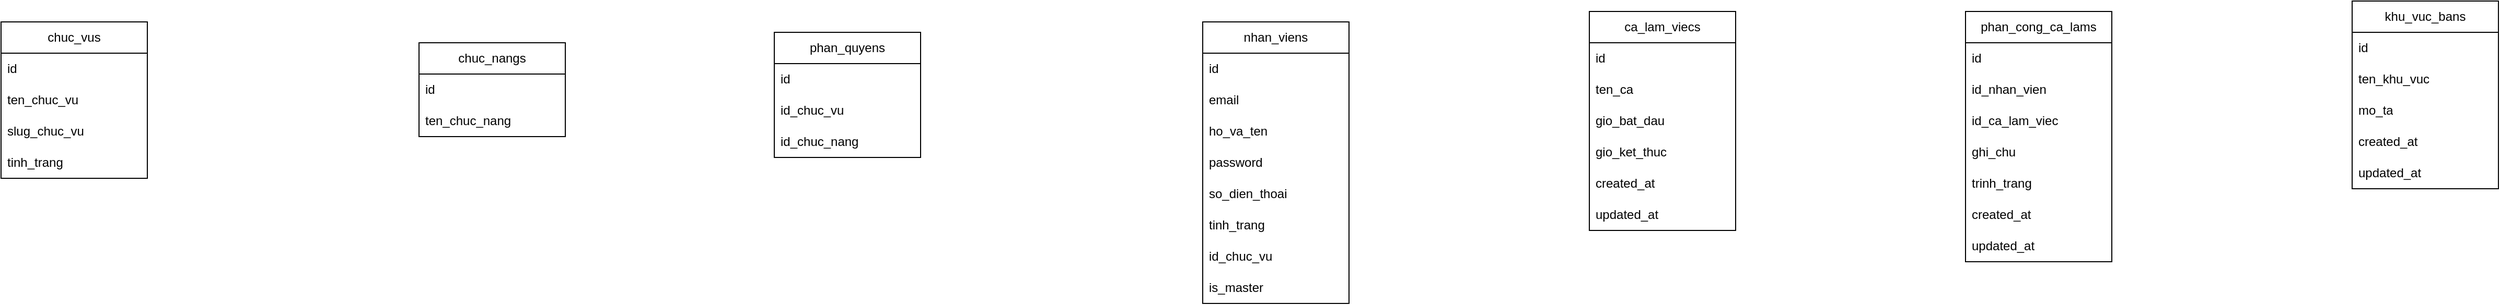
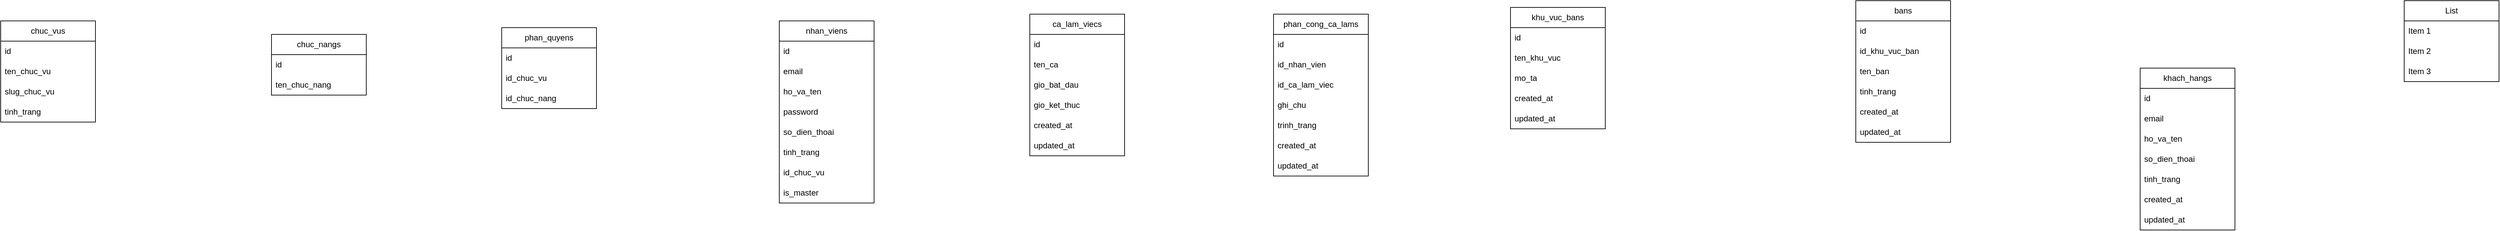
<mxfile host="app.diagrams.net">
  <diagram name="Page-1" id="78QUDde3ILmcNMK2hGyn">
    <mxGraphModel dx="1840" dy="1637" grid="1" gridSize="10" guides="1" tooltips="1" connect="1" arrows="1" fold="1" page="1" pageScale="1" pageWidth="850" pageHeight="1100" math="0" shadow="0">
      <root>
        <mxCell id="0" />
        <mxCell id="1" parent="0" />
        <mxCell id="1bbKcoBMxcC-bXyi0BTe-1" parent="1" style="swimlane;fontStyle=0;childLayout=stackLayout;horizontal=1;startSize=30;horizontalStack=0;resizeParent=1;resizeParentMax=0;resizeLast=0;collapsible=1;marginBottom=0;whiteSpace=wrap;html=1;" value="chuc_vus" vertex="1">
          <mxGeometry height="150" width="140" x="-280" y="-110" as="geometry" />
        </mxCell>
        <mxCell id="1bbKcoBMxcC-bXyi0BTe-2" parent="1bbKcoBMxcC-bXyi0BTe-1" style="text;strokeColor=none;fillColor=none;align=left;verticalAlign=middle;spacingLeft=4;spacingRight=4;overflow=hidden;points=[[0,0.5],[1,0.5]];portConstraint=eastwest;rotatable=0;whiteSpace=wrap;html=1;" value="id" vertex="1">
          <mxGeometry height="30" width="140" y="30" as="geometry" />
        </mxCell>
        <mxCell id="1bbKcoBMxcC-bXyi0BTe-3" parent="1bbKcoBMxcC-bXyi0BTe-1" style="text;strokeColor=none;fillColor=none;align=left;verticalAlign=middle;spacingLeft=4;spacingRight=4;overflow=hidden;points=[[0,0.5],[1,0.5]];portConstraint=eastwest;rotatable=0;whiteSpace=wrap;html=1;" value="ten_chuc_vu" vertex="1">
          <mxGeometry height="30" width="140" y="60" as="geometry" />
        </mxCell>
        <mxCell id="1bbKcoBMxcC-bXyi0BTe-4" parent="1bbKcoBMxcC-bXyi0BTe-1" style="text;strokeColor=none;fillColor=none;align=left;verticalAlign=middle;spacingLeft=4;spacingRight=4;overflow=hidden;points=[[0,0.5],[1,0.5]];portConstraint=eastwest;rotatable=0;whiteSpace=wrap;html=1;" value="slug_chuc_vu" vertex="1">
          <mxGeometry height="30" width="140" y="90" as="geometry" />
        </mxCell>
        <mxCell id="1bbKcoBMxcC-bXyi0BTe-5" parent="1bbKcoBMxcC-bXyi0BTe-1" style="text;strokeColor=none;fillColor=none;align=left;verticalAlign=middle;spacingLeft=4;spacingRight=4;overflow=hidden;points=[[0,0.5],[1,0.5]];portConstraint=eastwest;rotatable=0;whiteSpace=wrap;html=1;" value="tinh_trang" vertex="1">
          <mxGeometry height="30" width="140" y="120" as="geometry" />
        </mxCell>
        <mxCell id="1bbKcoBMxcC-bXyi0BTe-7" parent="1" style="swimlane;fontStyle=0;childLayout=stackLayout;horizontal=1;startSize=30;horizontalStack=0;resizeParent=1;resizeParentMax=0;resizeLast=0;collapsible=1;marginBottom=0;whiteSpace=wrap;html=1;" value="chuc_nangs" vertex="1">
          <mxGeometry height="90" width="140" x="120" y="-90" as="geometry" />
        </mxCell>
        <mxCell id="1bbKcoBMxcC-bXyi0BTe-8" parent="1bbKcoBMxcC-bXyi0BTe-7" style="text;strokeColor=none;fillColor=none;align=left;verticalAlign=middle;spacingLeft=4;spacingRight=4;overflow=hidden;points=[[0,0.5],[1,0.5]];portConstraint=eastwest;rotatable=0;whiteSpace=wrap;html=1;" value="id" vertex="1">
          <mxGeometry height="30" width="140" y="30" as="geometry" />
        </mxCell>
        <mxCell id="1bbKcoBMxcC-bXyi0BTe-9" parent="1bbKcoBMxcC-bXyi0BTe-7" style="text;strokeColor=none;fillColor=none;align=left;verticalAlign=middle;spacingLeft=4;spacingRight=4;overflow=hidden;points=[[0,0.5],[1,0.5]];portConstraint=eastwest;rotatable=0;whiteSpace=wrap;html=1;" value="ten_chuc_nang" vertex="1">
          <mxGeometry height="30" width="140" y="60" as="geometry" />
        </mxCell>
        <mxCell id="1bbKcoBMxcC-bXyi0BTe-11" parent="1" style="swimlane;fontStyle=0;childLayout=stackLayout;horizontal=1;startSize=30;horizontalStack=0;resizeParent=1;resizeParentMax=0;resizeLast=0;collapsible=1;marginBottom=0;whiteSpace=wrap;html=1;" value="phan_quyens" vertex="1">
          <mxGeometry height="120" width="140" x="460" y="-100" as="geometry" />
        </mxCell>
        <mxCell id="1bbKcoBMxcC-bXyi0BTe-12" parent="1bbKcoBMxcC-bXyi0BTe-11" style="text;strokeColor=none;fillColor=none;align=left;verticalAlign=middle;spacingLeft=4;spacingRight=4;overflow=hidden;points=[[0,0.5],[1,0.5]];portConstraint=eastwest;rotatable=0;whiteSpace=wrap;html=1;" value="id" vertex="1">
          <mxGeometry height="30" width="140" y="30" as="geometry" />
        </mxCell>
        <mxCell id="1bbKcoBMxcC-bXyi0BTe-13" parent="1bbKcoBMxcC-bXyi0BTe-11" style="text;strokeColor=none;fillColor=none;align=left;verticalAlign=middle;spacingLeft=4;spacingRight=4;overflow=hidden;points=[[0,0.5],[1,0.5]];portConstraint=eastwest;rotatable=0;whiteSpace=wrap;html=1;" value="id_chuc_vu" vertex="1">
          <mxGeometry height="30" width="140" y="60" as="geometry" />
        </mxCell>
        <mxCell id="1bbKcoBMxcC-bXyi0BTe-14" parent="1bbKcoBMxcC-bXyi0BTe-11" style="text;strokeColor=none;fillColor=none;align=left;verticalAlign=middle;spacingLeft=4;spacingRight=4;overflow=hidden;points=[[0,0.5],[1,0.5]];portConstraint=eastwest;rotatable=0;whiteSpace=wrap;html=1;" value="id_chuc_nang" vertex="1">
          <mxGeometry height="30" width="140" y="90" as="geometry" />
        </mxCell>
        <mxCell id="1bbKcoBMxcC-bXyi0BTe-16" parent="1" style="swimlane;fontStyle=0;childLayout=stackLayout;horizontal=1;startSize=30;horizontalStack=0;resizeParent=1;resizeParentMax=0;resizeLast=0;collapsible=1;marginBottom=0;whiteSpace=wrap;html=1;" value="nhan_viens" vertex="1">
          <mxGeometry height="270" width="140" x="870" y="-110" as="geometry" />
        </mxCell>
        <mxCell id="1bbKcoBMxcC-bXyi0BTe-17" parent="1bbKcoBMxcC-bXyi0BTe-16" style="text;strokeColor=none;fillColor=none;align=left;verticalAlign=middle;spacingLeft=4;spacingRight=4;overflow=hidden;points=[[0,0.5],[1,0.5]];portConstraint=eastwest;rotatable=0;whiteSpace=wrap;html=1;" value="id" vertex="1">
          <mxGeometry height="30" width="140" y="30" as="geometry" />
        </mxCell>
        <mxCell id="1bbKcoBMxcC-bXyi0BTe-18" parent="1bbKcoBMxcC-bXyi0BTe-16" style="text;strokeColor=none;fillColor=none;align=left;verticalAlign=middle;spacingLeft=4;spacingRight=4;overflow=hidden;points=[[0,0.5],[1,0.5]];portConstraint=eastwest;rotatable=0;whiteSpace=wrap;html=1;" value="email" vertex="1">
          <mxGeometry height="30" width="140" y="60" as="geometry" />
        </mxCell>
        <mxCell id="1bbKcoBMxcC-bXyi0BTe-19" parent="1bbKcoBMxcC-bXyi0BTe-16" style="text;strokeColor=none;fillColor=none;align=left;verticalAlign=middle;spacingLeft=4;spacingRight=4;overflow=hidden;points=[[0,0.5],[1,0.5]];portConstraint=eastwest;rotatable=0;whiteSpace=wrap;html=1;" value="ho_va_ten" vertex="1">
          <mxGeometry height="30" width="140" y="90" as="geometry" />
        </mxCell>
        <mxCell id="RNDkmFGJGW4O4d-jsc1U-1" parent="1bbKcoBMxcC-bXyi0BTe-16" style="text;strokeColor=none;fillColor=none;align=left;verticalAlign=middle;spacingLeft=4;spacingRight=4;overflow=hidden;points=[[0,0.5],[1,0.5]];portConstraint=eastwest;rotatable=0;whiteSpace=wrap;html=1;" value="password" vertex="1">
          <mxGeometry height="30" width="140" y="120" as="geometry" />
        </mxCell>
        <mxCell id="RNDkmFGJGW4O4d-jsc1U-2" parent="1bbKcoBMxcC-bXyi0BTe-16" style="text;strokeColor=none;fillColor=none;align=left;verticalAlign=middle;spacingLeft=4;spacingRight=4;overflow=hidden;points=[[0,0.5],[1,0.5]];portConstraint=eastwest;rotatable=0;whiteSpace=wrap;html=1;" value="so_dien_thoai" vertex="1">
          <mxGeometry height="30" width="140" y="150" as="geometry" />
        </mxCell>
        <mxCell id="RNDkmFGJGW4O4d-jsc1U-3" parent="1bbKcoBMxcC-bXyi0BTe-16" style="text;strokeColor=none;fillColor=none;align=left;verticalAlign=middle;spacingLeft=4;spacingRight=4;overflow=hidden;points=[[0,0.5],[1,0.5]];portConstraint=eastwest;rotatable=0;whiteSpace=wrap;html=1;" value="tinh_trang" vertex="1">
          <mxGeometry height="30" width="140" y="180" as="geometry" />
        </mxCell>
        <mxCell id="RNDkmFGJGW4O4d-jsc1U-4" parent="1bbKcoBMxcC-bXyi0BTe-16" style="text;strokeColor=none;fillColor=none;align=left;verticalAlign=middle;spacingLeft=4;spacingRight=4;overflow=hidden;points=[[0,0.5],[1,0.5]];portConstraint=eastwest;rotatable=0;whiteSpace=wrap;html=1;" value="id_chuc_vu" vertex="1">
          <mxGeometry height="30" width="140" y="210" as="geometry" />
        </mxCell>
        <mxCell id="RNDkmFGJGW4O4d-jsc1U-5" parent="1bbKcoBMxcC-bXyi0BTe-16" style="text;strokeColor=none;fillColor=none;align=left;verticalAlign=middle;spacingLeft=4;spacingRight=4;overflow=hidden;points=[[0,0.5],[1,0.5]];portConstraint=eastwest;rotatable=0;whiteSpace=wrap;html=1;" value="is_master" vertex="1">
          <mxGeometry height="30" width="140" y="240" as="geometry" />
        </mxCell>
        <mxCell id="RNDkmFGJGW4O4d-jsc1U-6" parent="1" style="swimlane;fontStyle=0;childLayout=stackLayout;horizontal=1;startSize=30;horizontalStack=0;resizeParent=1;resizeParentMax=0;resizeLast=0;collapsible=1;marginBottom=0;whiteSpace=wrap;html=1;" value="ca_lam_viecs" vertex="1">
          <mxGeometry height="210" width="140" x="1240" y="-120" as="geometry" />
        </mxCell>
        <mxCell id="RNDkmFGJGW4O4d-jsc1U-7" parent="RNDkmFGJGW4O4d-jsc1U-6" style="text;strokeColor=none;fillColor=none;align=left;verticalAlign=middle;spacingLeft=4;spacingRight=4;overflow=hidden;points=[[0,0.5],[1,0.5]];portConstraint=eastwest;rotatable=0;whiteSpace=wrap;html=1;" value="id" vertex="1">
          <mxGeometry height="30" width="140" y="30" as="geometry" />
        </mxCell>
        <mxCell id="RNDkmFGJGW4O4d-jsc1U-8" parent="RNDkmFGJGW4O4d-jsc1U-6" style="text;strokeColor=none;fillColor=none;align=left;verticalAlign=middle;spacingLeft=4;spacingRight=4;overflow=hidden;points=[[0,0.5],[1,0.5]];portConstraint=eastwest;rotatable=0;whiteSpace=wrap;html=1;" value="ten_ca" vertex="1">
          <mxGeometry height="30" width="140" y="60" as="geometry" />
        </mxCell>
        <mxCell id="RNDkmFGJGW4O4d-jsc1U-9" parent="RNDkmFGJGW4O4d-jsc1U-6" style="text;strokeColor=none;fillColor=none;align=left;verticalAlign=middle;spacingLeft=4;spacingRight=4;overflow=hidden;points=[[0,0.5],[1,0.5]];portConstraint=eastwest;rotatable=0;whiteSpace=wrap;html=1;" value="gio_bat_dau" vertex="1">
          <mxGeometry height="30" width="140" y="90" as="geometry" />
        </mxCell>
        <mxCell id="RNDkmFGJGW4O4d-jsc1U-10" parent="RNDkmFGJGW4O4d-jsc1U-6" style="text;strokeColor=none;fillColor=none;align=left;verticalAlign=middle;spacingLeft=4;spacingRight=4;overflow=hidden;points=[[0,0.5],[1,0.5]];portConstraint=eastwest;rotatable=0;whiteSpace=wrap;html=1;" value="gio_ket_thuc" vertex="1">
          <mxGeometry height="30" width="140" y="120" as="geometry" />
        </mxCell>
        <mxCell id="RNDkmFGJGW4O4d-jsc1U-11" parent="RNDkmFGJGW4O4d-jsc1U-6" style="text;strokeColor=none;fillColor=none;align=left;verticalAlign=middle;spacingLeft=4;spacingRight=4;overflow=hidden;points=[[0,0.5],[1,0.5]];portConstraint=eastwest;rotatable=0;whiteSpace=wrap;html=1;" value="created_at" vertex="1">
          <mxGeometry height="30" width="140" y="150" as="geometry" />
        </mxCell>
        <mxCell id="RNDkmFGJGW4O4d-jsc1U-12" parent="RNDkmFGJGW4O4d-jsc1U-6" style="text;strokeColor=none;fillColor=none;align=left;verticalAlign=middle;spacingLeft=4;spacingRight=4;overflow=hidden;points=[[0,0.5],[1,0.5]];portConstraint=eastwest;rotatable=0;whiteSpace=wrap;html=1;" value="updated_at" vertex="1">
          <mxGeometry height="30" width="140" y="180" as="geometry" />
        </mxCell>
        <mxCell id="RNDkmFGJGW4O4d-jsc1U-13" parent="1" style="swimlane;fontStyle=0;childLayout=stackLayout;horizontal=1;startSize=30;horizontalStack=0;resizeParent=1;resizeParentMax=0;resizeLast=0;collapsible=1;marginBottom=0;whiteSpace=wrap;html=1;" value="phan_cong_ca_lams" vertex="1">
          <mxGeometry height="240" width="140" x="1600" y="-120" as="geometry" />
        </mxCell>
        <mxCell id="RNDkmFGJGW4O4d-jsc1U-14" parent="RNDkmFGJGW4O4d-jsc1U-13" style="text;strokeColor=none;fillColor=none;align=left;verticalAlign=middle;spacingLeft=4;spacingRight=4;overflow=hidden;points=[[0,0.5],[1,0.5]];portConstraint=eastwest;rotatable=0;whiteSpace=wrap;html=1;" value="id" vertex="1">
          <mxGeometry height="30" width="140" y="30" as="geometry" />
        </mxCell>
        <mxCell id="RNDkmFGJGW4O4d-jsc1U-15" parent="RNDkmFGJGW4O4d-jsc1U-13" style="text;strokeColor=none;fillColor=none;align=left;verticalAlign=middle;spacingLeft=4;spacingRight=4;overflow=hidden;points=[[0,0.5],[1,0.5]];portConstraint=eastwest;rotatable=0;whiteSpace=wrap;html=1;" value="id_nhan_vien" vertex="1">
          <mxGeometry height="30" width="140" y="60" as="geometry" />
        </mxCell>
        <mxCell id="RNDkmFGJGW4O4d-jsc1U-16" parent="RNDkmFGJGW4O4d-jsc1U-13" style="text;strokeColor=none;fillColor=none;align=left;verticalAlign=middle;spacingLeft=4;spacingRight=4;overflow=hidden;points=[[0,0.5],[1,0.5]];portConstraint=eastwest;rotatable=0;whiteSpace=wrap;html=1;" value="id_ca_lam_viec" vertex="1">
          <mxGeometry height="30" width="140" y="90" as="geometry" />
        </mxCell>
        <mxCell id="RNDkmFGJGW4O4d-jsc1U-17" parent="RNDkmFGJGW4O4d-jsc1U-13" style="text;strokeColor=none;fillColor=none;align=left;verticalAlign=middle;spacingLeft=4;spacingRight=4;overflow=hidden;points=[[0,0.5],[1,0.5]];portConstraint=eastwest;rotatable=0;whiteSpace=wrap;html=1;" value="ghi_chu" vertex="1">
          <mxGeometry height="30" width="140" y="120" as="geometry" />
        </mxCell>
        <mxCell id="RNDkmFGJGW4O4d-jsc1U-18" parent="RNDkmFGJGW4O4d-jsc1U-13" style="text;strokeColor=none;fillColor=none;align=left;verticalAlign=middle;spacingLeft=4;spacingRight=4;overflow=hidden;points=[[0,0.5],[1,0.5]];portConstraint=eastwest;rotatable=0;whiteSpace=wrap;html=1;" value="trinh_trang" vertex="1">
          <mxGeometry height="30" width="140" y="150" as="geometry" />
        </mxCell>
        <mxCell id="RNDkmFGJGW4O4d-jsc1U-19" parent="RNDkmFGJGW4O4d-jsc1U-13" style="text;strokeColor=none;fillColor=none;align=left;verticalAlign=middle;spacingLeft=4;spacingRight=4;overflow=hidden;points=[[0,0.5],[1,0.5]];portConstraint=eastwest;rotatable=0;whiteSpace=wrap;html=1;" value="created_at" vertex="1">
          <mxGeometry height="30" width="140" y="180" as="geometry" />
        </mxCell>
        <mxCell id="RNDkmFGJGW4O4d-jsc1U-20" parent="RNDkmFGJGW4O4d-jsc1U-13" style="text;strokeColor=none;fillColor=none;align=left;verticalAlign=middle;spacingLeft=4;spacingRight=4;overflow=hidden;points=[[0,0.5],[1,0.5]];portConstraint=eastwest;rotatable=0;whiteSpace=wrap;html=1;" value="updated_at" vertex="1">
          <mxGeometry height="30" width="140" y="210" as="geometry" />
        </mxCell>
        <mxCell id="RNDkmFGJGW4O4d-jsc1U-21" parent="1" style="swimlane;fontStyle=0;childLayout=stackLayout;horizontal=1;startSize=30;horizontalStack=0;resizeParent=1;resizeParentMax=0;resizeLast=0;collapsible=1;marginBottom=0;whiteSpace=wrap;html=1;" value="khu_vuc_bans" vertex="1">
-           <mxGeometry height="180" width="140" x="1970" y="-130" as="geometry" />
+           <mxGeometry height="180" width="140" x="1950" y="-130" as="geometry" />
        </mxCell>
        <mxCell id="RNDkmFGJGW4O4d-jsc1U-22" parent="RNDkmFGJGW4O4d-jsc1U-21" style="text;strokeColor=none;fillColor=none;align=left;verticalAlign=middle;spacingLeft=4;spacingRight=4;overflow=hidden;points=[[0,0.5],[1,0.5]];portConstraint=eastwest;rotatable=0;whiteSpace=wrap;html=1;" value="id" vertex="1">
          <mxGeometry height="30" width="140" y="30" as="geometry" />
        </mxCell>
        <mxCell id="RNDkmFGJGW4O4d-jsc1U-23" parent="RNDkmFGJGW4O4d-jsc1U-21" style="text;strokeColor=none;fillColor=none;align=left;verticalAlign=middle;spacingLeft=4;spacingRight=4;overflow=hidden;points=[[0,0.5],[1,0.5]];portConstraint=eastwest;rotatable=0;whiteSpace=wrap;html=1;" value="ten_khu_vuc" vertex="1">
          <mxGeometry height="30" width="140" y="60" as="geometry" />
        </mxCell>
        <mxCell id="RNDkmFGJGW4O4d-jsc1U-24" parent="RNDkmFGJGW4O4d-jsc1U-21" style="text;strokeColor=none;fillColor=none;align=left;verticalAlign=middle;spacingLeft=4;spacingRight=4;overflow=hidden;points=[[0,0.5],[1,0.5]];portConstraint=eastwest;rotatable=0;whiteSpace=wrap;html=1;" value="mo_ta" vertex="1">
          <mxGeometry height="30" width="140" y="90" as="geometry" />
        </mxCell>
        <mxCell id="RNDkmFGJGW4O4d-jsc1U-25" parent="RNDkmFGJGW4O4d-jsc1U-21" style="text;strokeColor=none;fillColor=none;align=left;verticalAlign=middle;spacingLeft=4;spacingRight=4;overflow=hidden;points=[[0,0.5],[1,0.5]];portConstraint=eastwest;rotatable=0;whiteSpace=wrap;html=1;" value="created_at" vertex="1">
          <mxGeometry height="30" width="140" y="120" as="geometry" />
        </mxCell>
        <mxCell id="RNDkmFGJGW4O4d-jsc1U-26" parent="RNDkmFGJGW4O4d-jsc1U-21" style="text;strokeColor=none;fillColor=none;align=left;verticalAlign=middle;spacingLeft=4;spacingRight=4;overflow=hidden;points=[[0,0.5],[1,0.5]];portConstraint=eastwest;rotatable=0;whiteSpace=wrap;html=1;" value="updated_at" vertex="1">
          <mxGeometry height="30" width="140" y="150" as="geometry" />
        </mxCell>
+         <mxCell id="RNDkmFGJGW4O4d-jsc1U-27" parent="1" style="swimlane;fontStyle=0;childLayout=stackLayout;horizontal=1;startSize=30;horizontalStack=0;resizeParent=1;resizeParentMax=0;resizeLast=0;collapsible=1;marginBottom=0;whiteSpace=wrap;html=1;" value="bans" vertex="1">
+           <mxGeometry height="210" width="140" x="2460" y="-140" as="geometry" />
+         </mxCell>
+         <mxCell id="RNDkmFGJGW4O4d-jsc1U-28" parent="RNDkmFGJGW4O4d-jsc1U-27" style="text;strokeColor=none;fillColor=none;align=left;verticalAlign=middle;spacingLeft=4;spacingRight=4;overflow=hidden;points=[[0,0.5],[1,0.5]];portConstraint=eastwest;rotatable=0;whiteSpace=wrap;html=1;" value="id" vertex="1">
+           <mxGeometry height="30" width="140" y="30" as="geometry" />
+         </mxCell>
+         <mxCell id="RNDkmFGJGW4O4d-jsc1U-29" parent="RNDkmFGJGW4O4d-jsc1U-27" style="text;strokeColor=none;fillColor=none;align=left;verticalAlign=middle;spacingLeft=4;spacingRight=4;overflow=hidden;points=[[0,0.5],[1,0.5]];portConstraint=eastwest;rotatable=0;whiteSpace=wrap;html=1;" value="id_khu_vuc_ban" vertex="1">
+           <mxGeometry height="30" width="140" y="60" as="geometry" />
+         </mxCell>
+         <mxCell id="RNDkmFGJGW4O4d-jsc1U-30" parent="RNDkmFGJGW4O4d-jsc1U-27" style="text;strokeColor=none;fillColor=none;align=left;verticalAlign=middle;spacingLeft=4;spacingRight=4;overflow=hidden;points=[[0,0.5],[1,0.5]];portConstraint=eastwest;rotatable=0;whiteSpace=wrap;html=1;" value="ten_ban" vertex="1">
+           <mxGeometry height="30" width="140" y="90" as="geometry" />
+         </mxCell>
+         <mxCell id="RNDkmFGJGW4O4d-jsc1U-31" parent="RNDkmFGJGW4O4d-jsc1U-27" style="text;strokeColor=none;fillColor=none;align=left;verticalAlign=middle;spacingLeft=4;spacingRight=4;overflow=hidden;points=[[0,0.5],[1,0.5]];portConstraint=eastwest;rotatable=0;whiteSpace=wrap;html=1;" value="tinh_trang" vertex="1">
+           <mxGeometry height="30" width="140" y="120" as="geometry" />
+         </mxCell>
+         <mxCell id="RNDkmFGJGW4O4d-jsc1U-32" parent="RNDkmFGJGW4O4d-jsc1U-27" style="text;strokeColor=none;fillColor=none;align=left;verticalAlign=middle;spacingLeft=4;spacingRight=4;overflow=hidden;points=[[0,0.5],[1,0.5]];portConstraint=eastwest;rotatable=0;whiteSpace=wrap;html=1;" value="created_at" vertex="1">
+           <mxGeometry height="30" width="140" y="150" as="geometry" />
+         </mxCell>
+         <mxCell id="RNDkmFGJGW4O4d-jsc1U-33" parent="RNDkmFGJGW4O4d-jsc1U-27" style="text;strokeColor=none;fillColor=none;align=left;verticalAlign=middle;spacingLeft=4;spacingRight=4;overflow=hidden;points=[[0,0.5],[1,0.5]];portConstraint=eastwest;rotatable=0;whiteSpace=wrap;html=1;" value="updated_at" vertex="1">
+           <mxGeometry height="30" width="140" y="180" as="geometry" />
+         </mxCell>
+         <mxCell id="RNDkmFGJGW4O4d-jsc1U-34" parent="1" style="swimlane;fontStyle=0;childLayout=stackLayout;horizontal=1;startSize=30;horizontalStack=0;resizeParent=1;resizeParentMax=0;resizeLast=0;collapsible=1;marginBottom=0;whiteSpace=wrap;html=1;" value="khach_hangs" vertex="1">
+           <mxGeometry height="240" width="140" x="2880" y="-40" as="geometry" />
+         </mxCell>
+         <mxCell id="RNDkmFGJGW4O4d-jsc1U-35" parent="RNDkmFGJGW4O4d-jsc1U-34" style="text;strokeColor=none;fillColor=none;align=left;verticalAlign=middle;spacingLeft=4;spacingRight=4;overflow=hidden;points=[[0,0.5],[1,0.5]];portConstraint=eastwest;rotatable=0;whiteSpace=wrap;html=1;" value="id" vertex="1">
+           <mxGeometry height="30" width="140" y="30" as="geometry" />
+         </mxCell>
+         <mxCell id="RNDkmFGJGW4O4d-jsc1U-36" parent="RNDkmFGJGW4O4d-jsc1U-34" style="text;strokeColor=none;fillColor=none;align=left;verticalAlign=middle;spacingLeft=4;spacingRight=4;overflow=hidden;points=[[0,0.5],[1,0.5]];portConstraint=eastwest;rotatable=0;whiteSpace=wrap;html=1;" value="email" vertex="1">
+           <mxGeometry height="30" width="140" y="60" as="geometry" />
+         </mxCell>
+         <mxCell id="RNDkmFGJGW4O4d-jsc1U-37" parent="RNDkmFGJGW4O4d-jsc1U-34" style="text;strokeColor=none;fillColor=none;align=left;verticalAlign=middle;spacingLeft=4;spacingRight=4;overflow=hidden;points=[[0,0.5],[1,0.5]];portConstraint=eastwest;rotatable=0;whiteSpace=wrap;html=1;" value="ho_va_ten" vertex="1">
+           <mxGeometry height="30" width="140" y="90" as="geometry" />
+         </mxCell>
+         <mxCell id="RNDkmFGJGW4O4d-jsc1U-38" parent="RNDkmFGJGW4O4d-jsc1U-34" style="text;strokeColor=none;fillColor=none;align=left;verticalAlign=middle;spacingLeft=4;spacingRight=4;overflow=hidden;points=[[0,0.5],[1,0.5]];portConstraint=eastwest;rotatable=0;whiteSpace=wrap;html=1;" value="so_dien_thoai" vertex="1">
+           <mxGeometry height="30" width="140" y="120" as="geometry" />
+         </mxCell>
+         <mxCell id="RNDkmFGJGW4O4d-jsc1U-39" parent="RNDkmFGJGW4O4d-jsc1U-34" style="text;strokeColor=none;fillColor=none;align=left;verticalAlign=middle;spacingLeft=4;spacingRight=4;overflow=hidden;points=[[0,0.5],[1,0.5]];portConstraint=eastwest;rotatable=0;whiteSpace=wrap;html=1;" value="tinh_trang" vertex="1">
+           <mxGeometry height="30" width="140" y="150" as="geometry" />
+         </mxCell>
+         <mxCell id="RNDkmFGJGW4O4d-jsc1U-40" parent="RNDkmFGJGW4O4d-jsc1U-34" style="text;strokeColor=none;fillColor=none;align=left;verticalAlign=middle;spacingLeft=4;spacingRight=4;overflow=hidden;points=[[0,0.5],[1,0.5]];portConstraint=eastwest;rotatable=0;whiteSpace=wrap;html=1;" value="created_at" vertex="1">
+           <mxGeometry height="30" width="140" y="180" as="geometry" />
+         </mxCell>
+         <mxCell id="RNDkmFGJGW4O4d-jsc1U-41" parent="RNDkmFGJGW4O4d-jsc1U-34" style="text;strokeColor=none;fillColor=none;align=left;verticalAlign=middle;spacingLeft=4;spacingRight=4;overflow=hidden;points=[[0,0.5],[1,0.5]];portConstraint=eastwest;rotatable=0;whiteSpace=wrap;html=1;" value="updated_at" vertex="1">
+           <mxGeometry height="30" width="140" y="210" as="geometry" />
+         </mxCell>
+         <mxCell id="RNDkmFGJGW4O4d-jsc1U-42" parent="1" style="swimlane;fontStyle=0;childLayout=stackLayout;horizontal=1;startSize=30;horizontalStack=0;resizeParent=1;resizeParentMax=0;resizeLast=0;collapsible=1;marginBottom=0;whiteSpace=wrap;html=1;" value="List" vertex="1">
+           <mxGeometry height="120" width="140" x="3270" y="-140" as="geometry" />
+         </mxCell>
+         <mxCell id="RNDkmFGJGW4O4d-jsc1U-43" parent="RNDkmFGJGW4O4d-jsc1U-42" style="text;strokeColor=none;fillColor=none;align=left;verticalAlign=middle;spacingLeft=4;spacingRight=4;overflow=hidden;points=[[0,0.5],[1,0.5]];portConstraint=eastwest;rotatable=0;whiteSpace=wrap;html=1;" value="Item 1" vertex="1">
+           <mxGeometry height="30" width="140" y="30" as="geometry" />
+         </mxCell>
+         <mxCell id="RNDkmFGJGW4O4d-jsc1U-44" parent="RNDkmFGJGW4O4d-jsc1U-42" style="text;strokeColor=none;fillColor=none;align=left;verticalAlign=middle;spacingLeft=4;spacingRight=4;overflow=hidden;points=[[0,0.5],[1,0.5]];portConstraint=eastwest;rotatable=0;whiteSpace=wrap;html=1;" value="Item 2" vertex="1">
+           <mxGeometry height="30" width="140" y="60" as="geometry" />
+         </mxCell>
+         <mxCell id="RNDkmFGJGW4O4d-jsc1U-45" parent="RNDkmFGJGW4O4d-jsc1U-42" style="text;strokeColor=none;fillColor=none;align=left;verticalAlign=middle;spacingLeft=4;spacingRight=4;overflow=hidden;points=[[0,0.5],[1,0.5]];portConstraint=eastwest;rotatable=0;whiteSpace=wrap;html=1;" value="Item 3" vertex="1">
+           <mxGeometry height="30" width="140" y="90" as="geometry" />
+         </mxCell>
      </root>
    </mxGraphModel>
  </diagram>
</mxfile>
